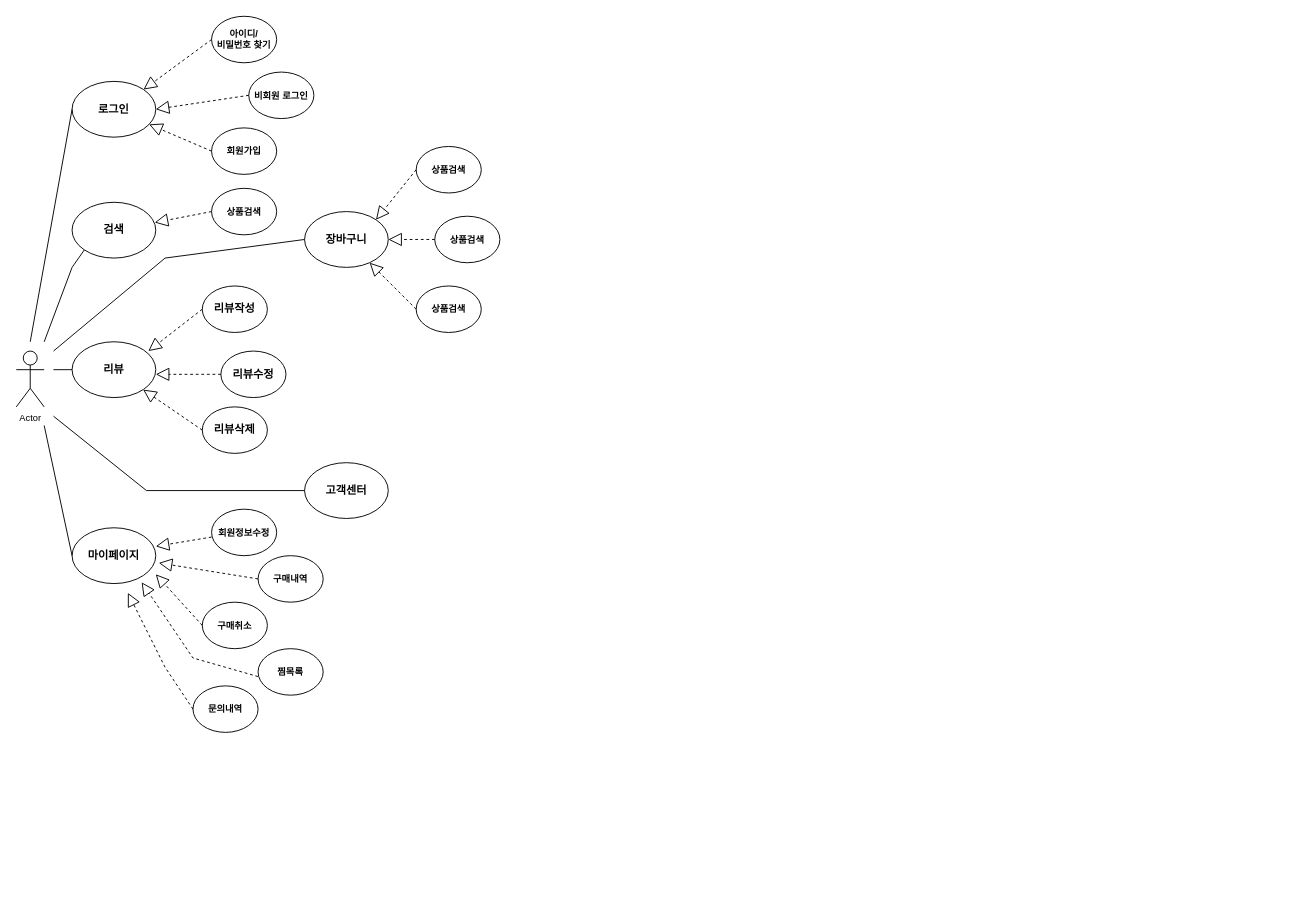
This is Untitled Diagram.drawio from rubyneko/web1, a draw.io file, before an edit. Source tidied: cells renumbered, new cells numbered last; positions are measured from the earlier drawing's top-left corner, leaving out a move shared by most shapes. Both pictures are drawn from the tidied source at 93%, with x=0, y=0 at pixel (16, 16).
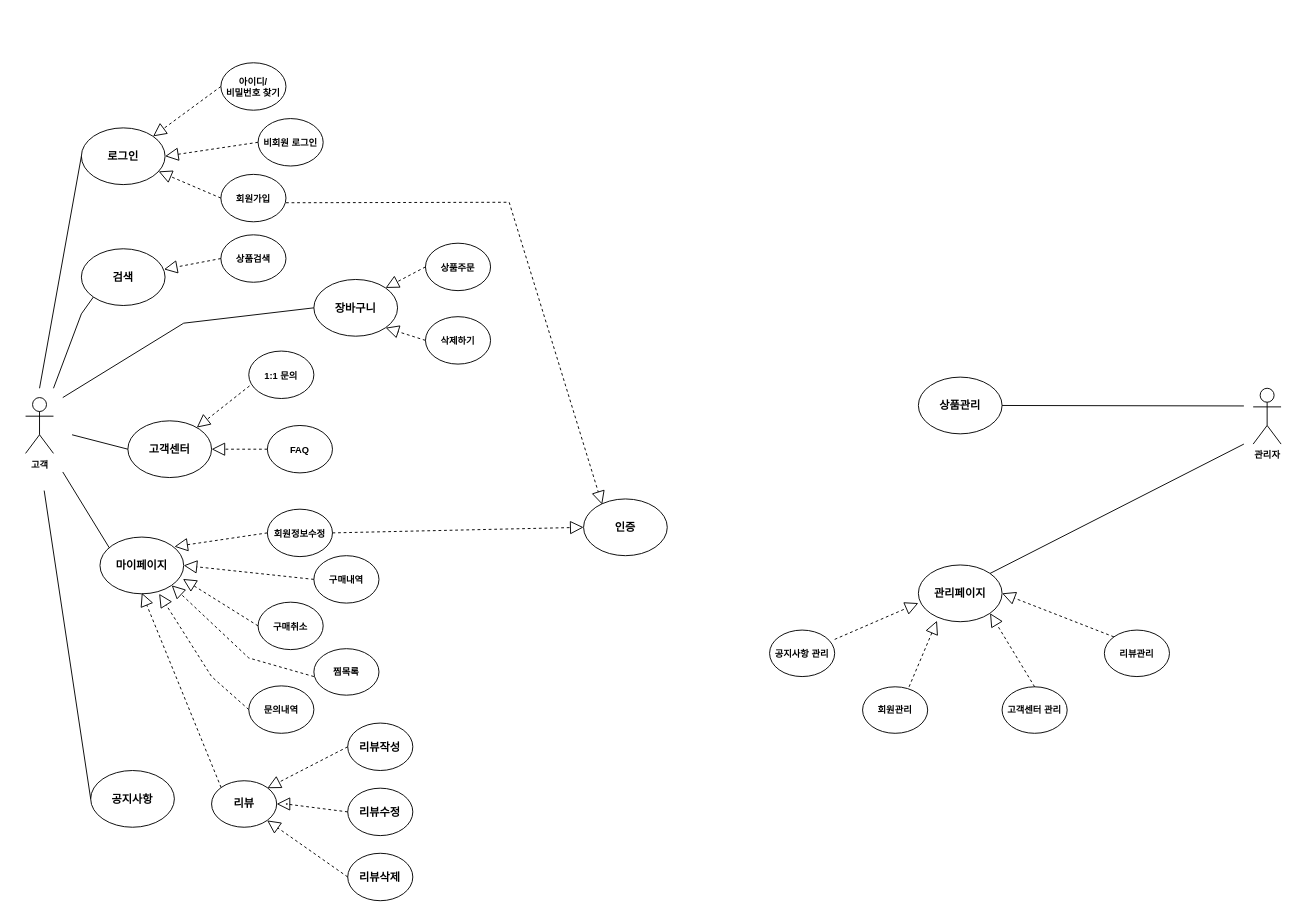
After the change.

What changed in the source:
```diff
@@
     <mxCell id="2" value="&lt;b&gt;로그인&lt;/b&gt;" style="ellipse;whiteSpace=wrap;html=1;" parent="1" vertex="1">
-      <mxGeometry x="60" y="70" width="90" height="60" as="geometry" />
+      <mxGeometry x="70" y="120" width="90" height="61" as="geometry" />
     </mxCell>
     <mxCell id="3" value="&lt;b&gt;검색&lt;/b&gt;" style="ellipse;whiteSpace=wrap;html=1;" parent="1" vertex="1">
-      <mxGeometry x="60" y="200" width="90" height="60" as="geometry" />
+      <mxGeometry x="70" y="250" width="90" height="61" as="geometry" />
     </mxCell>
     <mxCell id="4" value="장바구니" style="ellipse;whiteSpace=wrap;html=1;fontStyle=1;" parent="1" vertex="1">
-      <mxGeometry x="310" y="210" width="90" height="60" as="geometry" />
+      <mxGeometry x="320" y="283" width="90" height="61" as="geometry" />
     </mxCell>
     <mxCell id="5" value="리뷰" style="ellipse;whiteSpace=wrap;html=1;fontStyle=1;" parent="1" vertex="1">
-      <mxGeometry x="60" y="350" width="90" height="60" as="geometry" />
+      <mxGeometry x="210" y="822" width="70" height="50" as="geometry" />
     </mxCell>
     <mxCell id="6" value="고객센터" style="ellipse;whiteSpace=wrap;html=1;fontStyle=1;" parent="1" vertex="1">
-      <mxGeometry x="310" y="480" width="90" height="60" as="geometry" />
+      <mxGeometry x="120" y="435" width="90" height="61" as="geometry" />
     </mxCell>
     <mxCell id="7" style="endArrow=none;html=1;rounded=0;entryX=0;entryY=1;entryDx=0;entryDy=0;" parent="1" edge="1" target="3">
       <mxGeometry relative="1" as="geometry">
-        <mxPoint x="30" y="350" as="sourcePoint" />
+        <mxPoint x="40" y="400" as="sourcePoint" />
         <Array as="points">
-          <mxPoint x="60" y="270" />
+          <mxPoint x="70" y="320" />
         </Array>
       </mxGeometry>
     </mxCell>
     <mxCell id="8" style="endArrow=none;html=1;rounded=0;entryX=0;entryY=0.5;entryDx=0;entryDy=0;" parent="1" edge="1" target="4">
       <mxGeometry relative="1" as="geometry">
-        <mxPoint x="40" y="360" as="sourcePoint" />
+        <mxPoint x="50" y="410" as="sourcePoint" />
         <Array as="points">
-          <mxPoint x="160" y="260" />
+          <mxPoint x="180" y="330" />
         </Array>
       </mxGeometry>
     </mxCell>
-    <mxCell id="9" style="endArrow=none;html=1;rounded=0;entryX=0;entryY=0.5;entryDx=0;entryDy=0;" parent="1" edge="1" target="5">
-      <mxGeometry relative="1" as="geometry">
-        <mxPoint x="40" y="380" as="sourcePoint" />
-      </mxGeometry>
-    </mxCell>
     <mxCell id="10" style="endArrow=none;html=1;rounded=0;entryX=0;entryY=0.5;entryDx=0;entryDy=0;" parent="1" edge="1" target="6">
       <mxGeometry relative="1" as="geometry">
-        <mxPoint x="40" y="430" as="sourcePoint" />
-        <Array as="points">
-          <mxPoint x="140" y="510" />
-        </Array>
+        <mxPoint x="60" y="450" as="sourcePoint" />
       </mxGeometry>
     </mxCell>
     <mxCell id="11" style="endArrow=none;html=1;rounded=0;entryX=0;entryY=0.5;entryDx=0;entryDy=0;" parent="1" edge="1" target="2">
       <mxGeometry relative="1" as="geometry">
-        <mxPoint x="15" y="350" as="sourcePoint" />
+        <mxPoint x="25" y="400" as="sourcePoint" />
       </mxGeometry>
     </mxCell>
     <mxCell id="12" value="아이디/&lt;br style=&quot;font-size: 10px;&quot;&gt;비밀번호 찾기" style="ellipse;whiteSpace=wrap;html=1;fontStyle=1;fontSize=10;" parent="1" vertex="1">
-      <mxGeometry x="210" width="70" height="50" as="geometry" />
+      <mxGeometry x="220" y="50" width="70" height="51" as="geometry" />
     </mxCell>
     <mxCell id="13" value="비회원 로그인" style="ellipse;whiteSpace=wrap;html=1;fontStyle=1;fontSize=10;" parent="1" vertex="1">
-      <mxGeometry x="250" y="60" width="70" height="50" as="geometry" />
+      <mxGeometry x="260" y="110" width="70" height="51" as="geometry" />
     </mxCell>
@@
     <mxCell id="16" value="상품검색" style="ellipse;whiteSpace=wrap;html=1;fontStyle=1;fontSize=10;" parent="1" vertex="1">
-      <mxGeometry x="210" y="185" width="70" height="50" as="geometry" />
+      <mxGeometry x="220" y="235" width="70" height="51" as="geometry" />
     </mxCell>
     <mxCell id="17" value="리뷰작성" style="ellipse;whiteSpace=wrap;html=1;fontStyle=1;" parent="1" vertex="1">
-      <mxGeometry x="200" y="290" width="70" height="50" as="geometry" />
+      <mxGeometry x="356.4" y="760" width="70" height="51" as="geometry" />
     </mxCell>
     <mxCell id="18" value="구매취소" style="ellipse;whiteSpace=wrap;html=1;fontStyle=1;fontSize=10;" parent="1" vertex="1">
-      <mxGeometry x="200" y="630" width="70" height="50" as="geometry" />
+      <mxGeometry x="260" y="630" width="70" height="51" as="geometry" />
     </mxCell>
-    <mxCell id="19" value="마이페이지" style="ellipse;whiteSpace=wrap;html=1;fontStyle=1;" parent="1" vertex="1">
-      <mxGeometry x="60" y="550" width="90" height="60" as="geometry" />
-    </mxCell>
-    <mxCell id="20" style="endArrow=none;html=1;rounded=0;entryX=0;entryY=0.5;entryDx=0;entryDy=0;" parent="1" edge="1">
+    <mxCell id="20" style="endArrow=none;html=1;rounded=0;entryX=0;entryY=0.5;entryDx=0;entryDy=0;startArrow=none;" parent="1" edge="1">
       <mxGeometry relative="1" as="geometry">
-        <mxPoint x="30" y="440" as="sourcePoint" />
-        <mxPoint x="60" y="580" as="targetPoint" />
+        <mxPoint x="100" y="571.5" as="sourcePoint" />
+        <mxPoint x="100" y="571" as="targetPoint" />
       </mxGeometry>
     </mxCell>
     <mxCell id="21" value="회원정보수정" style="ellipse;whiteSpace=wrap;html=1;fontStyle=1;fontSize=10;" parent="1" vertex="1">
-      <mxGeometry x="210" y="530" width="70" height="50" as="geometry" />
+      <mxGeometry x="270" y="530" width="70" height="51" as="geometry" />
     </mxCell>
     <mxCell id="22" value="구매내역" style="ellipse;whiteSpace=wrap;html=1;fontStyle=1;fontSize=10;" parent="1" vertex="1">
-      <mxGeometry x="260" y="580" width="70" height="50" as="geometry" />
+      <mxGeometry x="320" y="580" width="70" height="51" as="geometry" />
     </mxCell>
@@
-    <mxCell id="24" value="Actor" style="shape=umlActor;verticalLabelPosition=bottom;verticalAlign=top;html=1;fontSize=10;" parent="1" vertex="1">
-      <mxGeometry y="360" width="30" height="60" as="geometry" />
+    <mxCell id="24" value="&lt;b&gt;고객&lt;/b&gt;" style="shape=umlActor;verticalLabelPosition=bottom;verticalAlign=top;html=1;fontSize=10;" parent="1" vertex="1">
+      <mxGeometry x="10" y="410" width="30" height="60" as="geometry" />
     </mxCell>
     <mxCell id="25" value="찜목록" style="ellipse;whiteSpace=wrap;html=1;fontStyle=1;fontSize=10;" parent="1" vertex="1">
-      <mxGeometry x="260" y="680" width="70" height="50" as="geometry" />
+      <mxGeometry x="320" y="680" width="70" height="50" as="geometry" />
     </mxCell>
-    <mxCell id="26" style="endArrow=block;dashed=1;endFill=0;endSize=12;html=1;rounded=0;exitX=0;exitY=0.5;exitDx=0;exitDy=0;entryX=0.831;entryY=0.977;entryDx=0;entryDy=0;entryPerimeter=0;" parent="1" edge="1" target="19">
+    <mxCell id="26" style="endArrow=block;dashed=1;endFill=0;endSize=12;html=1;rounded=0;exitX=0;exitY=0.5;exitDx=0;exitDy=0;entryX=1;entryY=1;entryDx=0;entryDy=0;" parent="1" edge="1" target="19">
       <mxGeometry relative="1" as="geometry">
-        <mxPoint x="260" y="710" as="sourcePoint" />
+        <mxPoint x="320" y="710" as="sourcePoint" />
         <Array as="points">
-          <mxPoint x="190" y="690" />
+          <mxPoint x="250" y="690" />
         </Array>
       </mxGeometry>
     </mxCell>
-    <mxCell id="27" style="endArrow=block;dashed=1;endFill=0;endSize=12;html=1;rounded=0;exitX=0;exitY=0.5;exitDx=0;exitDy=0;" parent="1" edge="1" source="18">
-      <mxGeometry relative="1" as="geometry">
-        <mxPoint x="150" y="600" as="targetPoint" />
-      </mxGeometry>
+    <mxCell id="27" style="endArrow=block;dashed=1;endFill=0;endSize=12;html=1;rounded=0;exitX=0;exitY=0.5;exitDx=0;exitDy=0;entryX=0.991;entryY=0.738;entryDx=0;entryDy=0;entryPerimeter=0;" parent="1" edge="1" source="18" target="19">
+      <mxGeometry relative="1" as="geometry" />
     </mxCell>
-    <mxCell id="28" style="endArrow=block;dashed=1;endFill=0;endSize=12;html=1;rounded=0;exitX=0;exitY=0.5;exitDx=0;exitDy=0;entryX=1.036;entryY=0.63;entryDx=0;entryDy=0;entryPerimeter=0;" parent="1" edge="1" source="22" target="19">
+    <mxCell id="28" style="endArrow=block;dashed=1;endFill=0;endSize=12;html=1;rounded=0;exitX=0;exitY=0.5;exitDx=0;exitDy=0;entryX=1;entryY=0.5;entryDx=0;entryDy=0;" parent="1" edge="1" source="22" target="19">
       <mxGeometry relative="1" as="geometry" />
     </mxCell>
-    <mxCell id="29" style="endArrow=block;dashed=1;endFill=0;endSize=12;html=1;rounded=0;entryX=1;entryY=0.333;entryDx=0;entryDy=0;entryPerimeter=0;" parent="1" edge="1" target="19">
+    <mxCell id="29" style="endArrow=block;dashed=1;endFill=0;endSize=12;html=1;rounded=0;entryX=1;entryY=0.333;entryDx=0;entryDy=0;entryPerimeter=0;exitX=0;exitY=0.5;exitDx=0;exitDy=0;" parent="1" edge="1" source="21">
       <mxGeometry relative="1" as="geometry">
-        <mxPoint x="210" y="560" as="sourcePoint" />
+        <mxPoint x="170" y="570.3" as="targetPoint" />
       </mxGeometry>
     </mxCell>
     <mxCell id="30" value="문의내역" style="ellipse;whiteSpace=wrap;html=1;fontStyle=1;fontSize=10;" parent="1" vertex="1">
-      <mxGeometry x="190" y="720" width="70" height="50" as="geometry" />
+      <mxGeometry x="250" y="720" width="70" height="51" as="geometry" />
     </mxCell>
-    <mxCell id="31" style="endArrow=block;dashed=1;endFill=0;endSize=12;html=1;rounded=0;exitX=0;exitY=0.5;exitDx=0;exitDy=0;" parent="1" edge="1" source="30">
+    <mxCell id="31" style="endArrow=block;dashed=1;endFill=0;endSize=12;html=1;rounded=0;exitX=0;exitY=0.5;exitDx=0;exitDy=0;entryX=0.707;entryY=1;entryDx=0;entryDy=0;entryPerimeter=0;" parent="1" edge="1" source="30" target="19">
       <mxGeometry relative="1" as="geometry">
-        <mxPoint x="120" y="620" as="targetPoint" />
         <Array as="points">
-          <mxPoint x="160" y="700" />
+          <mxPoint x="210" y="710" />
         </Array>
       </mxGeometry>
     </mxCell>
@@
     <mxCell id="33" value="리뷰수정" style="ellipse;whiteSpace=wrap;html=1;fontStyle=1;" parent="1" vertex="1">
-      <mxGeometry x="220" y="360" width="70" height="50" as="geometry" />
+      <mxGeometry x="356.4" y="830" width="70" height="51" as="geometry" />
     </mxCell>
     <mxCell id="34" value="리뷰삭제" style="ellipse;whiteSpace=wrap;html=1;fontStyle=1;" parent="1" vertex="1">
-      <mxGeometry x="200" y="420" width="70" height="50" as="geometry" />
+      <mxGeometry x="356.4" y="900" width="70" height="51" as="geometry" />
     </mxCell>
-    <mxCell id="35" style="endArrow=block;dashed=1;endFill=0;endSize=12;html=1;rounded=0;exitX=0;exitY=0.5;exitDx=0;exitDy=0;" parent="1" edge="1" source="17">
-      <mxGeometry relative="1" as="geometry">
-        <mxPoint x="142" y="360" as="targetPoint" />
-      </mxGeometry>
+    <mxCell id="35" style="endArrow=block;dashed=1;endFill=0;endSize=12;html=1;rounded=0;exitX=0;exitY=0.5;exitDx=0;exitDy=0;entryX=0.857;entryY=0.16;entryDx=0;entryDy=0;entryPerimeter=0;" parent="1" edge="1" source="17" target="5">
+      <mxGeometry relative="1" as="geometry" />
     </mxCell>
     <mxCell id="36" style="endArrow=block;dashed=1;endFill=0;endSize=12;html=1;rounded=0;exitX=0;exitY=0.5;exitDx=0;exitDy=0;" parent="1" edge="1" source="33">
       <mxGeometry relative="1" as="geometry">
-        <mxPoint x="150" y="385" as="targetPoint" />
+        <mxPoint x="280" y="847" as="targetPoint" />
+        <Array as="points">
+          <mxPoint x="290" y="847" />
+        </Array>
       </mxGeometry>
     </mxCell>
-    <mxCell id="37" style="endArrow=block;dashed=1;endFill=0;endSize=12;html=1;rounded=0;exitX=0;exitY=0.5;exitDx=0;exitDy=0;" parent="1" edge="1" source="34" target="5">
+    <mxCell id="37" style="endArrow=block;dashed=1;endFill=0;endSize=12;html=1;rounded=0;exitX=0;exitY=0.5;exitDx=0;exitDy=0;entryX=1;entryY=1;entryDx=0;entryDy=0;" parent="1" edge="1" source="34" target="5">
       <mxGeometry relative="1" as="geometry" />
     </mxCell>
-    <mxCell id="38" value="상품검색" style="ellipse;whiteSpace=wrap;html=1;fontStyle=1;fontSize=10;" parent="1" vertex="1">
-      <mxGeometry x="430" y="140" width="70" height="50" as="geometry" />
+    <mxCell id="38" value="상품주문" style="ellipse;whiteSpace=wrap;html=1;fontStyle=1;fontSize=10;" parent="1" vertex="1">
+      <mxGeometry x="440" y="244" width="70" height="51" as="geometry" />
     </mxCell>
@@
-    <mxCell id="40" value="상품검색" style="ellipse;whiteSpace=wrap;html=1;fontStyle=1;fontSize=10;" parent="1" vertex="1">
-      <mxGeometry x="450" y="215" width="70" height="50" as="geometry" />
+    <mxCell id="40" value="삭제하기" style="ellipse;whiteSpace=wrap;html=1;fontStyle=1;fontSize=10;" parent="1" vertex="1">
+      <mxGeometry x="440" y="323" width="70" height="51" as="geometry" />
     </mxCell>
-    <mxCell id="41" style="endArrow=block;dashed=1;endFill=0;endSize=12;html=1;rounded=0;exitX=0;exitY=0.5;exitDx=0;exitDy=0;entryX=1;entryY=0.5;entryDx=0;entryDy=0;" parent="1" edge="1" source="40" target="4">
+    <mxCell id="41" style="endArrow=block;dashed=1;endFill=0;endSize=12;html=1;rounded=0;exitX=0;exitY=0.5;exitDx=0;exitDy=0;entryX=1;entryY=1;entryDx=0;entryDy=0;" parent="1" edge="1" source="40" target="4">
       <mxGeometry relative="1" as="geometry" />
     </mxCell>
-    <mxCell id="42" value="상품검색" style="ellipse;whiteSpace=wrap;html=1;fontStyle=1;fontSize=10;" parent="1" vertex="1">
-      <mxGeometry x="430" y="290" width="70" height="50" as="geometry" />
-    </mxCell>
-    <mxCell id="43" style="endArrow=block;dashed=1;endFill=0;endSize=12;html=1;rounded=0;exitX=0;exitY=0.5;exitDx=0;exitDy=0;" parent="1" edge="1" source="42" target="4">
-      <mxGeometry relative="1" as="geometry" />
-    </mxCell>
     <mxCell id="44" value="회원가입" style="ellipse;whiteSpace=wrap;html=1;fontStyle=1;fontSize=10;" parent="1" vertex="1">
-      <mxGeometry x="210" y="120" width="70" height="50" as="geometry" />
+      <mxGeometry x="220" y="170" width="70" height="51" as="geometry" />
     </mxCell>
@@
+    <mxCell id="46" value="1:1 문의" style="ellipse;whiteSpace=wrap;html=1;fontStyle=1;fontSize=10;" parent="1" vertex="1">
+      <mxGeometry x="250" y="360" width="70" height="51" as="geometry" />
+    </mxCell>
+    <mxCell id="47" style="endArrow=block;dashed=1;endFill=0;endSize=12;html=1;rounded=0;exitX=0.011;exitY=0.735;exitDx=0;exitDy=0;exitPerimeter=0;" parent="1" edge="1" source="46" target="6">
+      <mxGeometry relative="1" as="geometry" />
+    </mxCell>
+    <mxCell id="48" value="FAQ" style="ellipse;whiteSpace=wrap;html=1;fontStyle=1;fontSize=10;" parent="1" vertex="1">
+      <mxGeometry x="270" y="440" width="70" height="51" as="geometry" />
+    </mxCell>
+    <mxCell id="49" style="endArrow=block;dashed=1;endFill=0;endSize=12;html=1;rounded=0;exitX=0;exitY=0.5;exitDx=0;exitDy=0;entryX=1;entryY=0.5;entryDx=0;entryDy=0;" parent="1" edge="1" source="48" target="6">
+      <mxGeometry relative="1" as="geometry" />
+    </mxCell>
+    <mxCell id="19" value="마이페이지" style="ellipse;whiteSpace=wrap;html=1;fontStyle=1;" parent="1" vertex="1">
+      <mxGeometry x="90" y="560" width="90" height="61" as="geometry" />
+    </mxCell>
+    <mxCell id="50" style="endArrow=none;html=1;rounded=0;entryX=0;entryY=0.5;entryDx=0;entryDy=0;" parent="1" edge="1">
+      <mxGeometry relative="1" as="geometry">
+        <mxPoint x="50" y="490" as="sourcePoint" />
+        <mxPoint x="100" y="571.5" as="targetPoint" />
+      </mxGeometry>
+    </mxCell>
+    <mxCell id="51" value="공지사항" style="ellipse;whiteSpace=wrap;html=1;fontStyle=1;" parent="1" vertex="1">
+      <mxGeometry x="80" y="811" width="90" height="61" as="geometry" />
+    </mxCell>
+    <mxCell id="52" style="endArrow=none;html=1;rounded=0;entryX=0;entryY=0.5;entryDx=0;entryDy=0;" parent="1" edge="1" target="51">
+      <mxGeometry relative="1" as="geometry">
+        <mxPoint x="30" y="510" as="sourcePoint" />
+      </mxGeometry>
+    </mxCell>
+    <mxCell id="53" style="endArrow=block;dashed=1;endFill=0;endSize=12;html=1;rounded=0;exitX=0;exitY=0;exitDx=0;exitDy=0;" parent="1" edge="1" source="5">
+      <mxGeometry relative="1" as="geometry">
+        <mxPoint x="135" y="620" as="targetPoint" />
+      </mxGeometry>
+    </mxCell>
+    <mxCell id="54" value="인증" style="ellipse;whiteSpace=wrap;html=1;fontStyle=1;" parent="1" vertex="1">
+      <mxGeometry x="610" y="519" width="90" height="61" as="geometry" />
+    </mxCell>
+    <mxCell id="55" style="endArrow=block;dashed=1;endFill=0;endSize=12;html=1;rounded=0;exitX=1;exitY=0.5;exitDx=0;exitDy=0;entryX=0;entryY=0.5;entryDx=0;entryDy=0;" parent="1" edge="1" source="21" target="54">
+      <mxGeometry relative="1" as="geometry" />
+    </mxCell>
+    <mxCell id="56" style="endArrow=block;dashed=1;endFill=0;endSize=12;html=1;rounded=0;exitX=0.5;exitY=0;exitDx=0;exitDy=0;entryX=0.222;entryY=0.099;entryDx=0;entryDy=0;entryPerimeter=0;" parent="1" edge="1" target="54">
+      <mxGeometry relative="1" as="geometry">
+        <mxPoint x="290" y="200.5" as="sourcePoint" />
+        <Array as="points">
+          <mxPoint x="530" y="200" />
+        </Array>
+      </mxGeometry>
+    </mxCell>
+    <mxCell id="57" value="&lt;b&gt;관리자&lt;/b&gt;" style="shape=umlActor;verticalLabelPosition=bottom;verticalAlign=top;html=1;fontSize=10;" parent="1" vertex="1">
+      <mxGeometry x="1330" y="400" width="30" height="60" as="geometry" />
+    </mxCell>
+    <mxCell id="58" value="관리페이지" style="ellipse;whiteSpace=wrap;html=1;fontStyle=1;" parent="1" vertex="1">
+      <mxGeometry x="970" y="590" width="90" height="61" as="geometry" />
+    </mxCell>
+    <mxCell id="59" value="상품관리" style="ellipse;whiteSpace=wrap;html=1;fontStyle=1;" parent="1" vertex="1">
+      <mxGeometry x="970" y="388" width="90" height="61" as="geometry" />
+    </mxCell>
+    <mxCell id="60" value="리뷰관리" style="ellipse;whiteSpace=wrap;html=1;fontStyle=1;fontSize=10;" parent="1" vertex="1">
+      <mxGeometry x="1170" y="660" width="70" height="50" as="geometry" />
+    </mxCell>
+    <mxCell id="61" value="고객센터 관리" style="ellipse;whiteSpace=wrap;html=1;fontStyle=1;fontSize=10;" parent="1" vertex="1">
+      <mxGeometry x="1060" y="721" width="70" height="50" as="geometry" />
+    </mxCell>
+    <mxCell id="62" value="회원관리" style="ellipse;whiteSpace=wrap;html=1;fontStyle=1;fontSize=10;" parent="1" vertex="1">
+      <mxGeometry x="910" y="721" width="70" height="50" as="geometry" />
+    </mxCell>
+    <mxCell id="63" value="공지사항 관리" style="ellipse;whiteSpace=wrap;html=1;fontStyle=1;fontSize=10;" parent="1" vertex="1">
+      <mxGeometry x="810" y="660" width="70" height="50" as="geometry" />
+    </mxCell>
+    <mxCell id="64" style="endArrow=block;dashed=1;endFill=0;endSize=12;html=1;rounded=0;entryX=0.013;entryY=0.706;entryDx=0;entryDy=0;entryPerimeter=0;" parent="1" edge="1">
+      <mxGeometry relative="1" as="geometry">
+        <mxPoint x="880" y="670" as="sourcePoint" />
+        <mxPoint x="970" y="631" as="targetPoint" />
+      </mxGeometry>
+    </mxCell>
+    <mxCell id="65" style="endArrow=block;dashed=1;endFill=0;endSize=12;html=1;rounded=0;" parent="1" edge="1">
+      <mxGeometry relative="1" as="geometry">
+        <mxPoint x="960" y="721" as="sourcePoint" />
+        <mxPoint x="990" y="650" as="targetPoint" />
+      </mxGeometry>
+    </mxCell>
+    <mxCell id="66" style="endArrow=block;dashed=1;endFill=0;endSize=12;html=1;rounded=0;entryX=1;entryY=1;entryDx=0;entryDy=0;exitX=0.5;exitY=0;exitDx=0;exitDy=0;" parent="1" edge="1" source="61" target="58">
+      <mxGeometry relative="1" as="geometry" />
+    </mxCell>
+    <mxCell id="67" style="endArrow=block;dashed=1;endFill=0;endSize=12;html=1;rounded=0;entryX=1;entryY=0.5;entryDx=0;entryDy=0;exitX=0;exitY=0;exitDx=0;exitDy=0;" parent="1" edge="1" source="60" target="58">
+      <mxGeometry relative="1" as="geometry" />
+    </mxCell>
+    <mxCell id="68" style="endArrow=none;html=1;rounded=0;fontSize=10;exitX=1;exitY=0;exitDx=0;exitDy=0;" parent="1" edge="1" source="58">
+      <mxGeometry relative="1" as="geometry">
+        <mxPoint x="1320" y="460" as="targetPoint" />
+      </mxGeometry>
+    </mxCell>
+    <mxCell id="69" style="endArrow=none;html=1;rounded=0;fontSize=10;exitX=1;exitY=0.5;exitDx=0;exitDy=0;" parent="1" edge="1" source="59">
+      <mxGeometry relative="1" as="geometry">
+        <mxPoint x="1320" y="419" as="targetPoint" />
+      </mxGeometry>
+    </mxCell>
```
